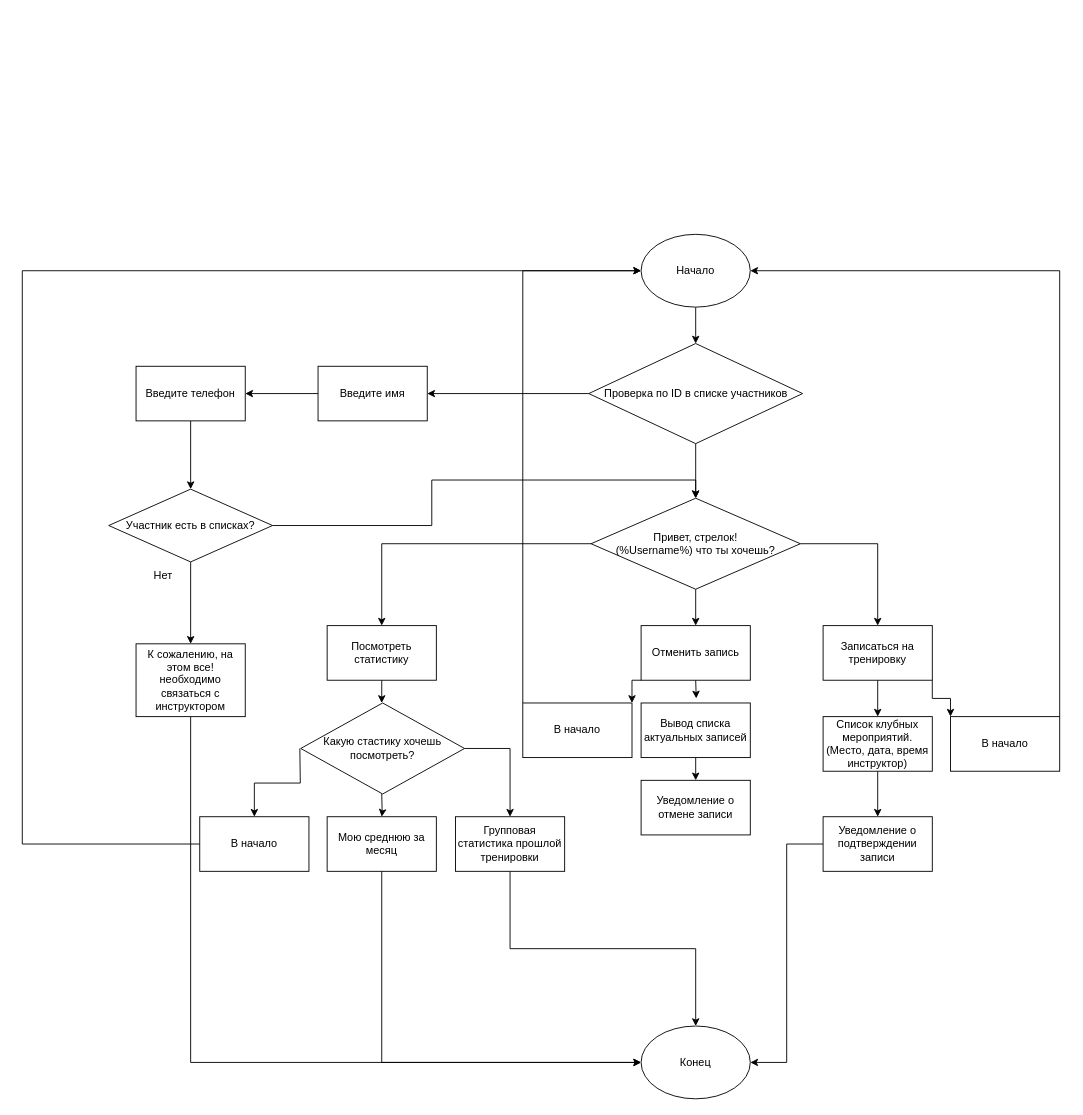
Before: Схема диалогов TelegramBot.drawio in EhIvan/tir, a draw.io diagram. Source tidied: cells renumbered, new cells numbered last; positions are measured from the earlier drawing's top-left corner, leaving out a move shared by most shapes. Both pictures are drawn from the tidied source at 91%, with x=0, y=0 at pixel (22, 234).
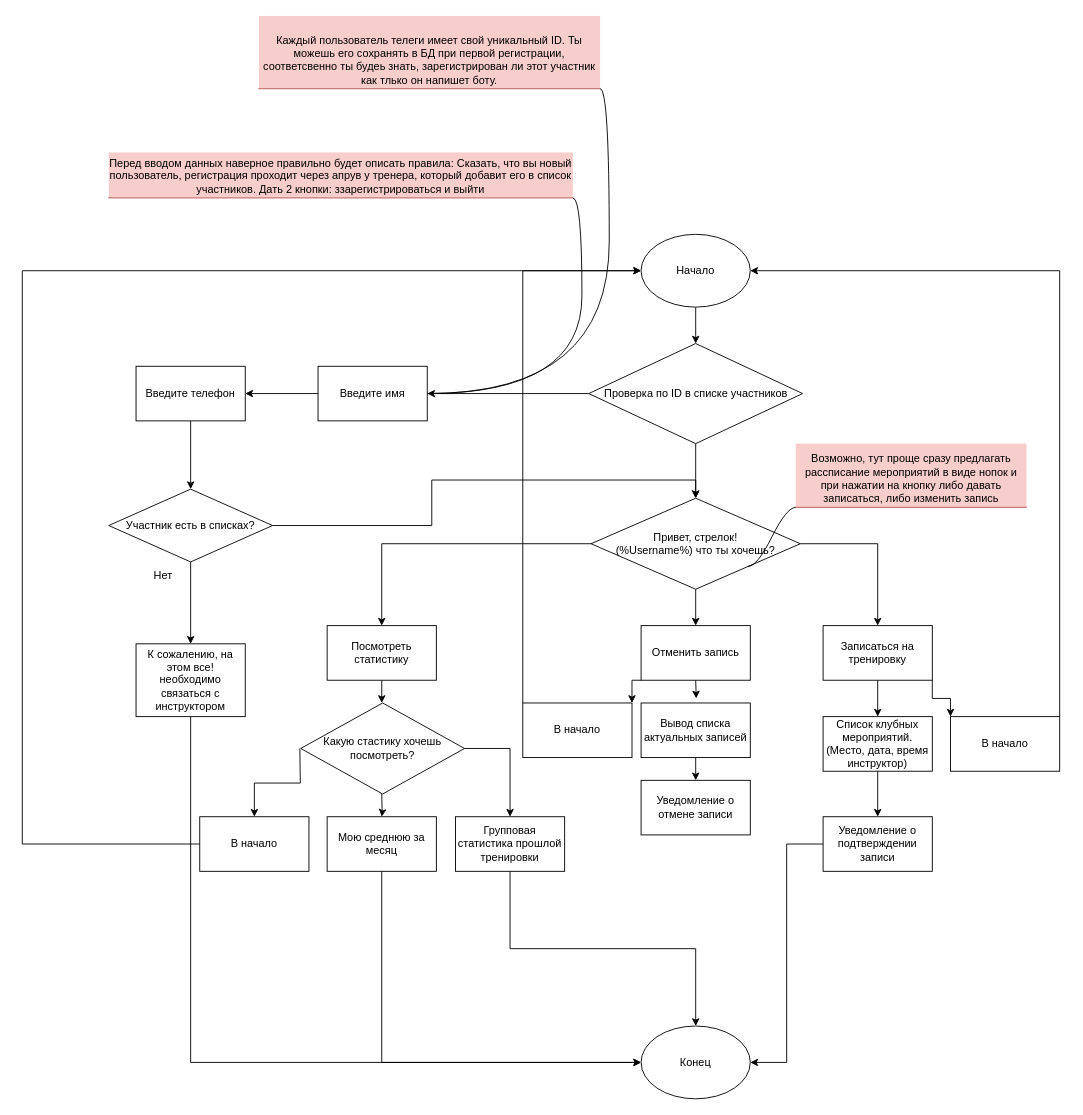
The same page after the edit.

Commit message:
Добавил замечания на схему диалогов

Unchanged cells that the change refers to:
```xml
<mxCell id="8" value="Введите имя" style="whiteSpace=wrap;html=1;" parent="1" vertex="1">
  <mxGeometry x="325" y="145" width="120" height="60" as="geometry" />
</mxCell>
<mxCell id="21" value="&lt;span&gt;Привет, стрелок!&lt;/span&gt;&lt;br&gt;&lt;span&gt;(%&lt;/span&gt;&lt;span&gt;Username&lt;/span&gt;&lt;span&gt;%) что ты&amp;nbsp;&lt;/span&gt;хочешь&lt;span&gt;?&lt;/span&gt;" style="rhombus;whiteSpace=wrap;html=1;" parent="1" vertex="1">
  <mxGeometry x="625" y="290" width="230" height="100" as="geometry" />
</mxCell>
```

Change to the diagram source:
```diff
@@
+    <mxCell id="51" value="Возможно, тут проще сразу предлагать рассписание мероприятий в виде нопок и при нажатии на кнопку либо давать записаться, либо изменить запись" style="whiteSpace=wrap;html=1;shape=partialRectangle;top=0;left=0;bottom=1;right=0;points=[[0,1],[1,1]];fillColor=#f8cecc;align=center;verticalAlign=bottom;routingCenterY=0.5;snapToPoint=1;newEdgeStyle={&quot;edgeStyle&quot;:&quot;entityRelationEdgeStyle&quot;,&quot;startArrow&quot;:&quot;none&quot;,&quot;endArrow&quot;:&quot;none&quot;,&quot;segment&quot;:10,&quot;curved&quot;:1};strokeColor=#b85450;" parent="1" vertex="1">
+      <mxGeometry x="850" y="230" width="253.5" height="70" as="geometry" />
+    </mxCell>
+    <mxCell id="52" style="edgeStyle=entityRelationEdgeStyle;startArrow=none;endArrow=none;segment=10;curved=1;rounded=0;exitX=1;exitY=1;exitDx=0;exitDy=0;" parent="1" edge="1" source="21" target="51">
+      <mxGeometry relative="1" as="geometry" />
+    </mxCell>
+    <mxCell id="53" value="Перед вводом данных наверное правильно будет описать правила: Сказать, что вы новый пользователь, регистрация проходит через апрув у тренера, который добавит его в список участников. Дать 2 кнопки: ззарегистрироваться и выйти" style="whiteSpace=wrap;html=1;shape=partialRectangle;top=0;left=0;bottom=1;right=0;points=[[0,1],[1,1]];fillColor=#f8cecc;align=center;verticalAlign=bottom;routingCenterY=0.5;snapToPoint=1;newEdgeStyle={&quot;edgeStyle&quot;:&quot;entityRelationEdgeStyle&quot;,&quot;startArrow&quot;:&quot;none&quot;,&quot;endArrow&quot;:&quot;none&quot;,&quot;segment&quot;:10,&quot;curved&quot;:1};strokeColor=#b85450;" parent="1" vertex="1">
+      <mxGeometry x="95" y="-90" width="510" height="50" as="geometry" />
+    </mxCell>
+    <mxCell id="54" style="edgeStyle=entityRelationEdgeStyle;startArrow=none;endArrow=none;segment=10;curved=1;rounded=0;" parent="1" edge="1" source="8" target="53">
+      <mxGeometry relative="1" as="geometry" />
+    </mxCell>
+    <mxCell id="55" value="Каждый пользователь телеги имеет свой уникальный ID. Ты можешь его сохранять в БД при первой регистрации, соответсвенно ты будеь знать, зарегистрирован ли этот участник как тлько он напишет боту." style="whiteSpace=wrap;html=1;shape=partialRectangle;top=0;left=0;bottom=1;right=0;points=[[0,1],[1,1]];fillColor=#f8cecc;align=center;verticalAlign=bottom;routingCenterY=0.5;snapToPoint=1;newEdgeStyle={&quot;edgeStyle&quot;:&quot;entityRelationEdgeStyle&quot;,&quot;startArrow&quot;:&quot;none&quot;,&quot;endArrow&quot;:&quot;none&quot;,&quot;segment&quot;:10,&quot;curved&quot;:1};strokeColor=#b85450;" parent="1" vertex="1">
+      <mxGeometry x="260" y="-240" width="375" height="80" as="geometry" />
+    </mxCell>
+    <mxCell id="56" style="edgeStyle=entityRelationEdgeStyle;startArrow=none;endArrow=none;segment=10;curved=1;rounded=0;" parent="1" edge="1" source="8" target="55">
+      <mxGeometry relative="1" as="geometry" />
+    </mxCell>
```
